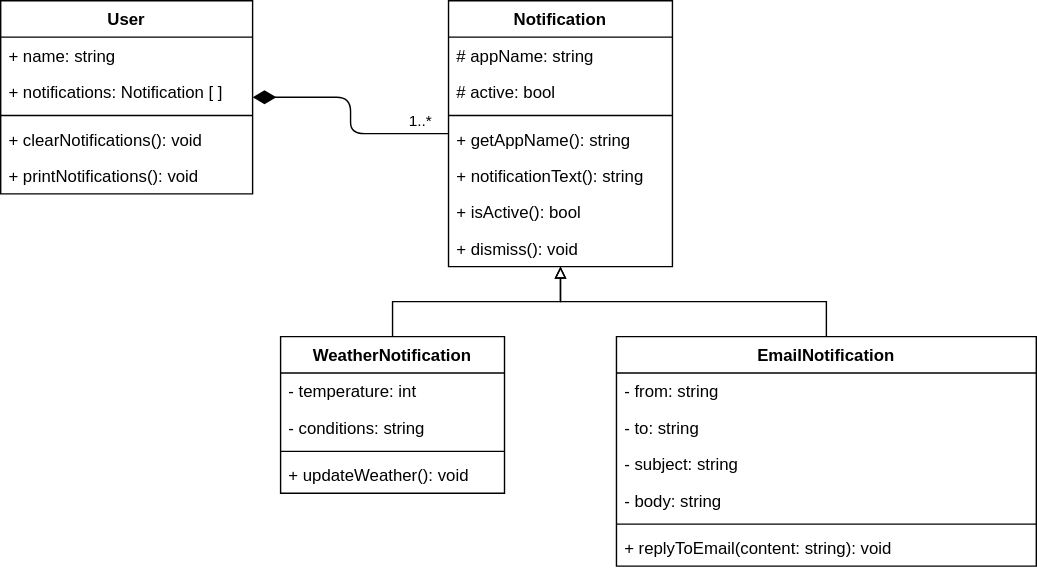
Above: data-structures/uml/low-level.svg in err53/ICS4U0-work (draw.io), before the change. Source tidied: cells renumbered, new cells last; positions are measured from the earlier drawing's top-left corner, leaving out a move shared by most shapes.
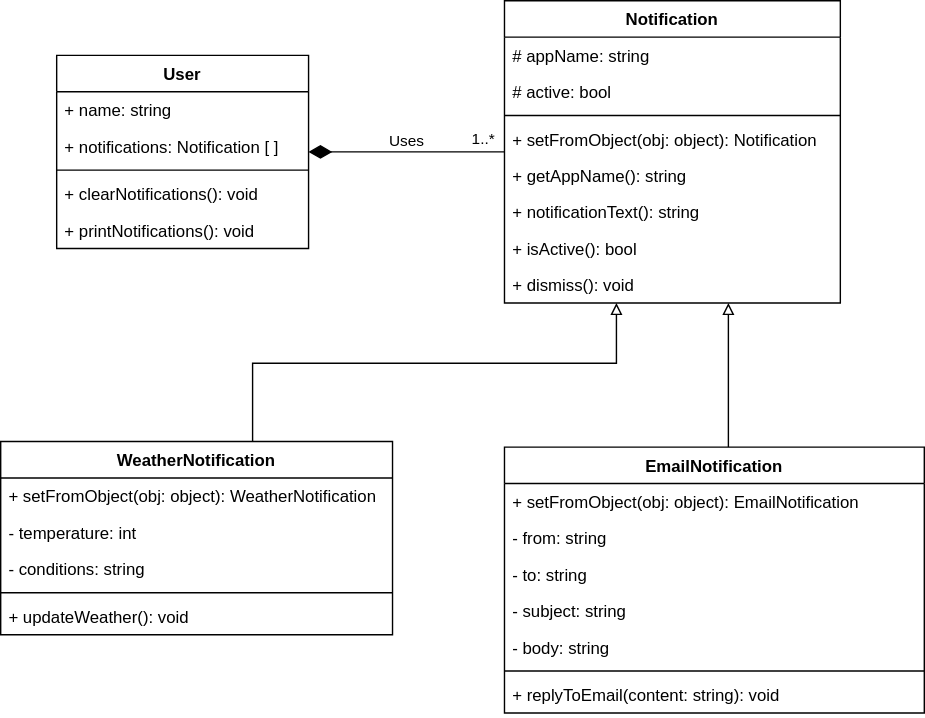
Later version of the same file.

Commit message:
doc: update uml diagrams

The edit, as a diff of the source:
```diff
@@ -21,73 +21,97 @@
       <mxGeometry y="112" width="180" height="26" as="geometry" />
     </mxCell>
     <mxCell id="8" value="Notification" style="swimlane;fontStyle=1;align=center;verticalAlign=top;horizontal=1;startSize=26;" parent="1" vertex="1">
-      <mxGeometry x="320" width="160" height="190" as="geometry" />
+      <mxGeometry x="320" y="-39" width="240" height="216" as="geometry" />
     </mxCell>
     <mxCell id="9" value="# appName: string" style="text;strokeColor=none;fillColor=none;align=left;verticalAlign=top;spacingLeft=4;spacingRight=4;overflow=hidden;" parent="8" vertex="1">
-      <mxGeometry y="26" width="160" height="26" as="geometry" />
+      <mxGeometry y="26" width="240" height="26" as="geometry" />
     </mxCell>
     <mxCell id="10" value="# active: bool" style="text;strokeColor=none;fillColor=none;align=left;verticalAlign=top;spacingLeft=4;spacingRight=4;overflow=hidden;" parent="8" vertex="1">
-      <mxGeometry y="52" width="160" height="26" as="geometry" />
+      <mxGeometry y="52" width="240" height="26" as="geometry" />
     </mxCell>
     <mxCell id="11" style="line;strokeWidth=1;fillColor=none;align=left;verticalAlign=middle;spacingTop=-1;spacingLeft=3;spacingRight=3;labelPosition=right;" parent="8" vertex="1">
-      <mxGeometry y="78" width="160" height="8" as="geometry" />
+      <mxGeometry y="78" width="240" height="8" as="geometry" />
     </mxCell>
+    <mxCell id="31" value="+ setFromObject(obj: object): Notification" style="text;strokeColor=none;fillColor=none;align=left;verticalAlign=top;spacingLeft=4;spacingRight=4;overflow=hidden;" parent="8" vertex="1">
+      <mxGeometry y="86" width="240" height="26" as="geometry" />
+    </mxCell>
     <mxCell id="12" value="+ getAppName(): string" style="text;strokeColor=none;fillColor=none;align=left;verticalAlign=top;spacingLeft=4;spacingRight=4;overflow=hidden;" parent="8" vertex="1">
-      <mxGeometry y="86" width="160" height="26" as="geometry" />
+      <mxGeometry y="112" width="240" height="26" as="geometry" />
     </mxCell>
     <mxCell id="13" value="+ notificationText(): string" style="text;strokeColor=none;fillColor=none;align=left;verticalAlign=top;spacingLeft=4;spacingRight=4;overflow=hidden;" parent="8" vertex="1">
-      <mxGeometry y="112" width="160" height="26" as="geometry" />
+      <mxGeometry y="138" width="240" height="26" as="geometry" />
     </mxCell>
     <mxCell id="14" value="+ isActive(): bool" style="text;strokeColor=none;fillColor=none;align=left;verticalAlign=top;spacingLeft=4;spacingRight=4;overflow=hidden;" parent="8" vertex="1">
-      <mxGeometry y="138" width="160" height="26" as="geometry" />
+      <mxGeometry y="164" width="240" height="26" as="geometry" />
     </mxCell>
     <mxCell id="15" value="+ dismiss(): void" style="text;strokeColor=none;fillColor=none;align=left;verticalAlign=top;spacingLeft=4;spacingRight=4;overflow=hidden;" parent="8" vertex="1">
-      <mxGeometry y="164" width="160" height="26" as="geometry" />
+      <mxGeometry y="190" width="240" height="26" as="geometry" />
     </mxCell>
     <mxCell id="16" style="edgeStyle=orthogonalEdgeStyle;rounded=0;jettySize=auto;html=1;endArrow=block;endFill=0;" parent="1" edge="1" source="17" target="8">
-      <mxGeometry relative="1" as="geometry" />
+      <mxGeometry relative="1" as="geometry">
+        <Array as="points">
+          <mxPoint x="140" y="220" />
+          <mxPoint x="400" y="220" />
+        </Array>
+      </mxGeometry>
     </mxCell>
     <mxCell id="17" value="WeatherNotification" style="swimlane;fontStyle=1;align=center;verticalAlign=top;horizontal=1;startSize=26;" parent="1" vertex="1">
-      <mxGeometry x="200" y="240" width="160" height="112" as="geometry" />
+      <mxGeometry x="-40" y="276" width="280" height="138" as="geometry" />
     </mxCell>
+    <mxCell id="32" value="+ setFromObject(obj: object): WeatherNotification" style="text;strokeColor=none;fillColor=none;align=left;verticalAlign=top;spacingLeft=4;spacingRight=4;overflow=hidden;" parent="17" vertex="1">
+      <mxGeometry y="26" width="280" height="26" as="geometry" />
+    </mxCell>
     <mxCell id="18" value="- temperature: int" style="text;strokeColor=none;fillColor=none;align=left;verticalAlign=top;spacingLeft=4;spacingRight=4;overflow=hidden;" parent="17" vertex="1">
-      <mxGeometry y="26" width="160" height="26" as="geometry" />
+      <mxGeometry y="52" width="280" height="26" as="geometry" />
     </mxCell>
     <mxCell id="19" value="- conditions: string" style="text;strokeColor=none;fillColor=none;align=left;verticalAlign=top;spacingLeft=4;spacingRight=4;overflow=hidden;" parent="17" vertex="1">
-      <mxGeometry y="52" width="160" height="26" as="geometry" />
+      <mxGeometry y="78" width="280" height="26" as="geometry" />
     </mxCell>
     <mxCell id="20" style="line;strokeWidth=1;fillColor=none;align=left;verticalAlign=middle;spacingTop=-1;spacingLeft=3;spacingRight=3;labelPosition=right;" parent="17" vertex="1">
-      <mxGeometry y="78" width="160" height="8" as="geometry" />
+      <mxGeometry y="104" width="280" height="8" as="geometry" />
     </mxCell>
     <mxCell id="21" value="+ updateWeather(): void" style="text;strokeColor=none;fillColor=none;align=left;verticalAlign=top;spacingLeft=4;spacingRight=4;overflow=hidden;" parent="17" vertex="1">
-      <mxGeometry y="86" width="160" height="26" as="geometry" />
+      <mxGeometry y="112" width="280" height="26" as="geometry" />
     </mxCell>
     <mxCell id="22" style="edgeStyle=orthogonalEdgeStyle;rounded=0;jettySize=auto;html=1;endArrow=block;endFill=0;" parent="1" edge="1" source="23" target="8">
-      <mxGeometry relative="1" as="geometry" />
+      <mxGeometry relative="1" as="geometry">
+        <Array as="points">
+          <mxPoint x="480" y="200" />
+          <mxPoint x="480" y="200" />
+        </Array>
+      </mxGeometry>
     </mxCell>
     <mxCell id="23" value="EmailNotification" style="swimlane;fontStyle=1;align=center;verticalAlign=top;horizontal=1;startSize=26;" parent="1" vertex="1">
-      <mxGeometry x="440" y="240" width="300" height="164" as="geometry" />
+      <mxGeometry x="320" y="280" width="300" height="190" as="geometry" />
     </mxCell>
+    <mxCell id="33" value="+ setFromObject(obj: object): EmailNotification" style="text;strokeColor=none;fillColor=none;align=left;verticalAlign=top;spacingLeft=4;spacingRight=4;overflow=hidden;" parent="23" vertex="1">
+      <mxGeometry y="26" width="300" height="26" as="geometry" />
+    </mxCell>
     <mxCell id="24" value="- from: string" style="text;strokeColor=none;fillColor=none;align=left;verticalAlign=top;spacingLeft=4;spacingRight=4;overflow=hidden;" parent="23" vertex="1">
-      <mxGeometry y="26" width="300" height="26" as="geometry" />
+      <mxGeometry y="52" width="300" height="26" as="geometry" />
     </mxCell>
     <mxCell id="25" value="- to: string" style="text;strokeColor=none;fillColor=none;align=left;verticalAlign=top;spacingLeft=4;spacingRight=4;overflow=hidden;" parent="23" vertex="1">
-      <mxGeometry y="52" width="300" height="26" as="geometry" />
+      <mxGeometry y="78" width="300" height="26" as="geometry" />
     </mxCell>
     <mxCell id="26" value="- subject: string" style="text;strokeColor=none;fillColor=none;align=left;verticalAlign=top;spacingLeft=4;spacingRight=4;overflow=hidden;" parent="23" vertex="1">
-      <mxGeometry y="78" width="300" height="26" as="geometry" />
+      <mxGeometry y="104" width="300" height="26" as="geometry" />
     </mxCell>
     <mxCell id="27" value="- body: string" style="text;strokeColor=none;fillColor=none;align=left;verticalAlign=top;spacingLeft=4;spacingRight=4;overflow=hidden;" parent="23" vertex="1">
-      <mxGeometry y="104" width="300" height="26" as="geometry" />
+      <mxGeometry y="130" width="300" height="26" as="geometry" />
     </mxCell>
     <mxCell id="28" style="line;strokeWidth=1;fillColor=none;align=left;verticalAlign=middle;spacingTop=-1;spacingLeft=3;spacingRight=3;labelPosition=right;" parent="23" vertex="1">
-      <mxGeometry y="130" width="300" height="8" as="geometry" />
+      <mxGeometry y="156" width="300" height="8" as="geometry" />
     </mxCell>
     <mxCell id="29" value="+ replyToEmail(content: string): void" style="text;strokeColor=none;fillColor=none;align=left;verticalAlign=top;spacingLeft=4;spacingRight=4;overflow=hidden;" parent="23" vertex="1">
-      <mxGeometry y="138" width="300" height="26" as="geometry" />
+      <mxGeometry y="164" width="300" height="26" as="geometry" />
     </mxCell>
     <mxCell id="30" value="1..*" style="endArrow=none;html=1;endSize=12;startArrow=diamondThin;startSize=14;startFill=1;edgeStyle=orthogonalEdgeStyle;align=left;verticalAlign=bottom;endFill=0;" parent="1" edge="1" source="2" target="8">
       <mxGeometry x="0.64" relative="1" as="geometry" />
     </mxCell>
+    <mxCell id="34" value="Uses" style="edgeLabel;html=1;align=center;verticalAlign=middle;" parent="30" vertex="1">
+      <mxGeometry x="-0.24" y="2" relative="1" as="geometry">
+        <mxPoint x="16.7" y="-7" as="offset" />
+      </mxGeometry>
+    </mxCell>
   </root>
 </mxGraphModel>
```
